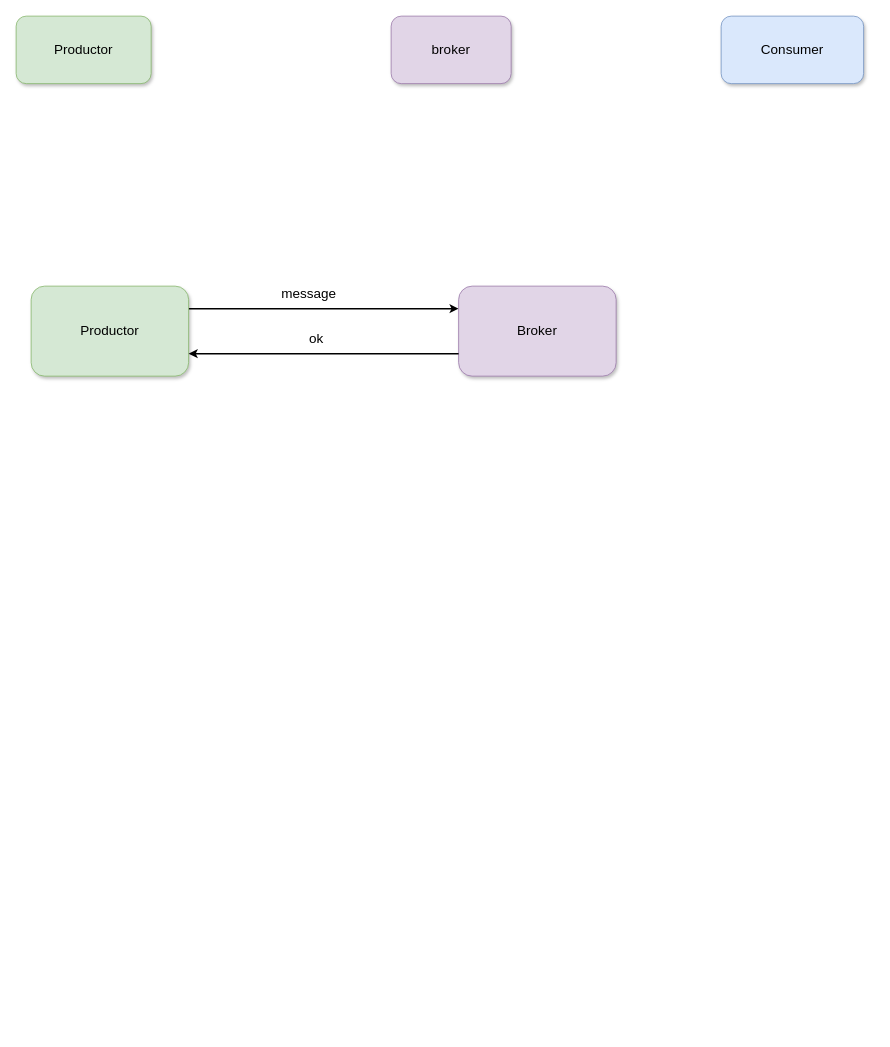
Above: 07.mq/kafka/image/kafka.drawio in bee06/note (draw.io), before the change. Source tidied: cells renumbered, new cells numbered last; positions are measured from the earlier drawing's top-left corner, leaving out a move shared by most shapes. Both pictures are drawn from the tidied source at 75%, with x=0, y=0 at pixel (16, 16).
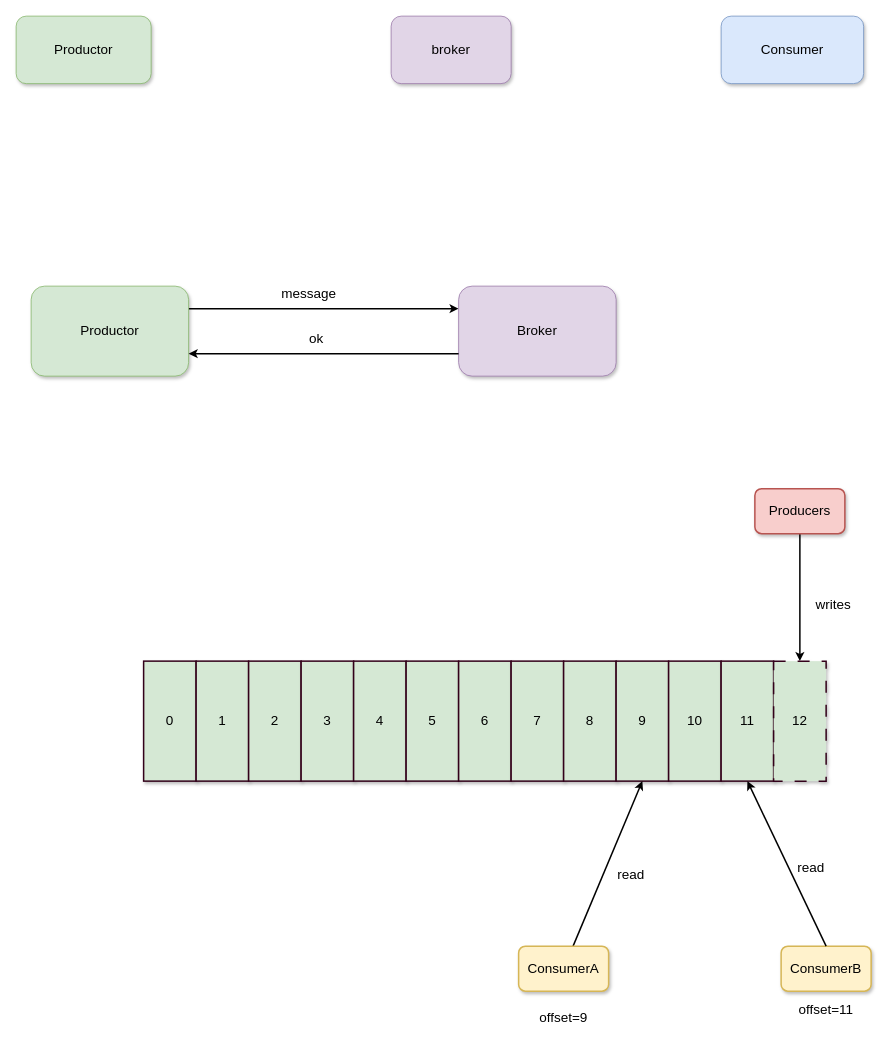
After the change.

The edit, as a diff of the source:
```diff
@@
+    <mxCell id="11" style="edgeStyle=none;html=1;entryX=0.5;entryY=0;entryDx=0;entryDy=0;strokeWidth=2;fontSize=18;" parent="1" edge="1" source="12" target="26">
+      <mxGeometry relative="1" as="geometry" />
+    </mxCell>
+    <mxCell id="12" value="Producers" style="rounded=1;whiteSpace=wrap;html=1;shadow=1;glass=0;sketch=0;strokeColor=#b85450;strokeWidth=2;fontSize=18;fillColor=#f8cecc;" parent="1" vertex="1">
+      <mxGeometry x="985" y="630" width="120" height="60" as="geometry" />
+    </mxCell>
+    <mxCell id="13" style="group;" parent="1" vertex="1">
+      <mxGeometry x="170" y="860" width="910" height="160" as="geometry" />
+    </mxCell>
+    <mxCell id="14" value="0" style="rounded=0;whiteSpace=wrap;html=1;shadow=1;fontSize=18;fillColor=#d5e8d4;strokeColor=#33001A;glass=0;gradientColor=none;strokeWidth=2;" parent="13" vertex="1">
+      <mxGeometry width="70" height="160" as="geometry" />
+    </mxCell>
+    <mxCell id="15" value="1" style="rounded=0;whiteSpace=wrap;html=1;shadow=1;fontSize=18;fillColor=#d5e8d4;strokeColor=#33001A;glass=0;gradientColor=none;strokeWidth=2;" parent="13" vertex="1">
+      <mxGeometry x="70" width="70" height="160" as="geometry" />
+    </mxCell>
+    <mxCell id="16" value="2" style="rounded=0;whiteSpace=wrap;html=1;shadow=1;fontSize=18;fillColor=#d5e8d4;strokeColor=#33001A;glass=0;gradientColor=none;strokeWidth=2;" parent="13" vertex="1">
+      <mxGeometry x="140" width="70" height="160" as="geometry" />
+    </mxCell>
+    <mxCell id="17" value="3" style="rounded=0;whiteSpace=wrap;html=1;shadow=1;fontSize=18;fillColor=#d5e8d4;strokeColor=#33001A;glass=0;gradientColor=none;strokeWidth=2;" parent="13" vertex="1">
+      <mxGeometry x="210" width="70" height="160" as="geometry" />
+    </mxCell>
+    <mxCell id="18" value="4" style="rounded=0;whiteSpace=wrap;html=1;shadow=1;fontSize=18;fillColor=#d5e8d4;strokeColor=#33001A;glass=0;gradientColor=none;strokeWidth=2;" parent="13" vertex="1">
+      <mxGeometry x="280" width="70" height="160" as="geometry" />
+    </mxCell>
+    <mxCell id="19" value="5" style="rounded=0;whiteSpace=wrap;html=1;shadow=1;fontSize=18;fillColor=#d5e8d4;strokeColor=#33001A;glass=0;gradientColor=none;strokeWidth=2;" parent="13" vertex="1">
+      <mxGeometry x="350" width="70" height="160" as="geometry" />
+    </mxCell>
+    <mxCell id="20" value="6" style="rounded=0;whiteSpace=wrap;html=1;shadow=1;fontSize=18;fillColor=#d5e8d4;strokeColor=#33001A;glass=0;gradientColor=none;strokeWidth=2;" parent="13" vertex="1">
+      <mxGeometry x="420" width="70" height="160" as="geometry" />
+    </mxCell>
+    <mxCell id="21" value="7" style="rounded=0;whiteSpace=wrap;html=1;shadow=1;fontSize=18;fillColor=#d5e8d4;strokeColor=#33001A;glass=0;gradientColor=none;strokeWidth=2;" parent="13" vertex="1">
+      <mxGeometry x="490" width="70" height="160" as="geometry" />
+    </mxCell>
+    <mxCell id="22" value="8" style="rounded=0;whiteSpace=wrap;html=1;shadow=1;fontSize=18;fillColor=#d5e8d4;strokeColor=#33001A;glass=0;gradientColor=none;strokeWidth=2;" parent="13" vertex="1">
+      <mxGeometry x="560" width="70" height="160" as="geometry" />
+    </mxCell>
+    <mxCell id="23" value="9" style="rounded=0;whiteSpace=wrap;html=1;shadow=1;fontSize=18;fillColor=#d5e8d4;strokeColor=#33001A;glass=0;gradientColor=none;strokeWidth=2;" parent="13" vertex="1">
+      <mxGeometry x="630" width="70" height="160" as="geometry" />
+    </mxCell>
+    <mxCell id="24" value="10" style="rounded=0;whiteSpace=wrap;html=1;shadow=1;fontSize=18;fillColor=#d5e8d4;strokeColor=#33001A;glass=0;gradientColor=none;strokeWidth=2;" parent="13" vertex="1">
+      <mxGeometry x="700" width="70" height="160" as="geometry" />
+    </mxCell>
+    <mxCell id="25" value="11" style="rounded=0;whiteSpace=wrap;html=1;shadow=1;fontSize=18;fillColor=#d5e8d4;strokeColor=#33001A;glass=0;gradientColor=none;strokeWidth=2;" parent="13" vertex="1">
+      <mxGeometry x="770" width="70" height="160" as="geometry" />
+    </mxCell>
+    <mxCell id="26" value="12" style="rounded=0;whiteSpace=wrap;html=1;shadow=1;fontSize=18;fillColor=#d5e8d4;strokeColor=#33001A;glass=0;gradientColor=none;strokeWidth=2;dashed=1;dashPattern=8 8;" parent="13" vertex="1">
+      <mxGeometry x="840" width="70" height="160" as="geometry" />
+    </mxCell>
+    <mxCell id="27" value="writes" style="text;html=1;strokeColor=none;fillColor=none;align=center;verticalAlign=middle;whiteSpace=wrap;rounded=0;shadow=1;glass=0;sketch=0;strokeWidth=2;fontSize=18;" parent="1" vertex="1">
+      <mxGeometry x="1060" y="770" width="60" height="30" as="geometry" />
+    </mxCell>
+    <mxCell id="28" style="edgeStyle=none;html=1;entryX=0.5;entryY=1;entryDx=0;entryDy=0;strokeWidth=2;fontSize=18;" parent="1" edge="1" source="29" target="23">
+      <mxGeometry relative="1" as="geometry" />
+    </mxCell>
+    <mxCell id="29" value="ConsumerA" style="rounded=1;whiteSpace=wrap;html=1;shadow=1;glass=0;sketch=0;strokeColor=#d6b656;strokeWidth=2;fontSize=18;fillColor=#fff2cc;" parent="1" vertex="1">
+      <mxGeometry x="670" y="1240" width="120" height="60" as="geometry" />
+    </mxCell>
+    <mxCell id="30" value="ConsumerB" style="rounded=1;whiteSpace=wrap;html=1;shadow=1;glass=0;sketch=0;strokeColor=#d6b656;strokeWidth=2;fontSize=18;fillColor=#fff2cc;" parent="1" vertex="1">
+      <mxGeometry x="1020" y="1240" width="120" height="60" as="geometry" />
+    </mxCell>
+    <mxCell id="31" style="endArrow=classic;html=1;strokeWidth=2;fontSize=18;entryX=0.5;entryY=1;entryDx=0;entryDy=0;exitX=0.5;exitY=0;exitDx=0;exitDy=0;" parent="1" edge="1" source="30" target="25">
+      <mxGeometry relative="1" as="geometry" />
+    </mxCell>
+    <mxCell id="32" value="offset=9" style="text;html=1;strokeColor=none;fillColor=none;align=center;verticalAlign=middle;whiteSpace=wrap;rounded=0;shadow=1;glass=0;sketch=0;strokeWidth=2;fontSize=18;" parent="1" vertex="1">
+      <mxGeometry x="700" y="1320" width="60" height="30" as="geometry" />
+    </mxCell>
+    <mxCell id="33" value="offset=11" style="text;html=1;strokeColor=none;fillColor=none;align=center;verticalAlign=middle;whiteSpace=wrap;rounded=0;shadow=1;glass=0;sketch=0;strokeWidth=2;fontSize=18;" parent="1" vertex="1">
+      <mxGeometry x="1050" y="1310" width="60" height="30" as="geometry" />
+    </mxCell>
+    <mxCell id="34" value="read" style="text;html=1;strokeColor=none;fillColor=none;align=center;verticalAlign=middle;whiteSpace=wrap;rounded=0;shadow=1;glass=0;sketch=0;strokeWidth=2;fontSize=18;" parent="1" vertex="1">
+      <mxGeometry x="790" y="1130" width="60" height="30" as="geometry" />
+    </mxCell>
+    <mxCell id="35" value="read" style="text;html=1;strokeColor=none;fillColor=none;align=center;verticalAlign=middle;whiteSpace=wrap;rounded=0;shadow=1;glass=0;sketch=0;strokeWidth=2;fontSize=18;" parent="1" vertex="1">
+      <mxGeometry x="1030" y="1120" width="60" height="30" as="geometry" />
+    </mxCell>
```
